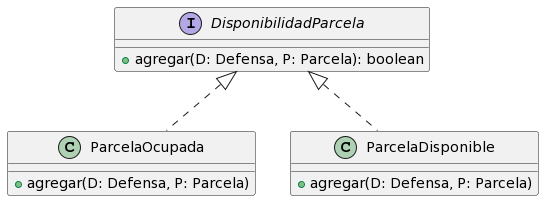
Aldumogi/AlgoDefense keeps this PlantUML diagram as diagrams/classes/DC_3.png. Above is the earlier version.
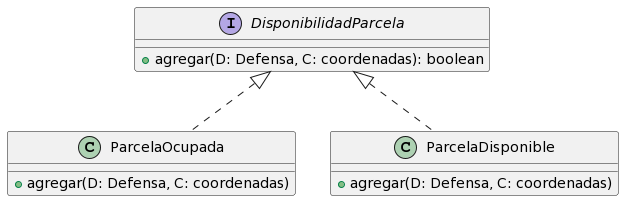
After the commit.

Commit message:
Faltaba actualizar las imagenes de los diagramas

Change to the diagram source:
```diff
@@ -1,14 +1,14 @@
 @startuml
 interface DisponibilidadParcela {
-+ agregar(D: Defensa, P: Parcela): boolean
++ agregar(D: Defensa, C: coordenadas): boolean
 }
 
 class ParcelaOcupada {
-+ agregar(D: Defensa, P: Parcela)
++ agregar(D: Defensa, C: coordenadas)
 }
 
 class ParcelaDisponible {
-+ agregar(D: Defensa, P: Parcela)
++ agregar(D: Defensa, C: coordenadas)
 }
 
 DisponibilidadParcela <|.. ParcelaOcupada
```
